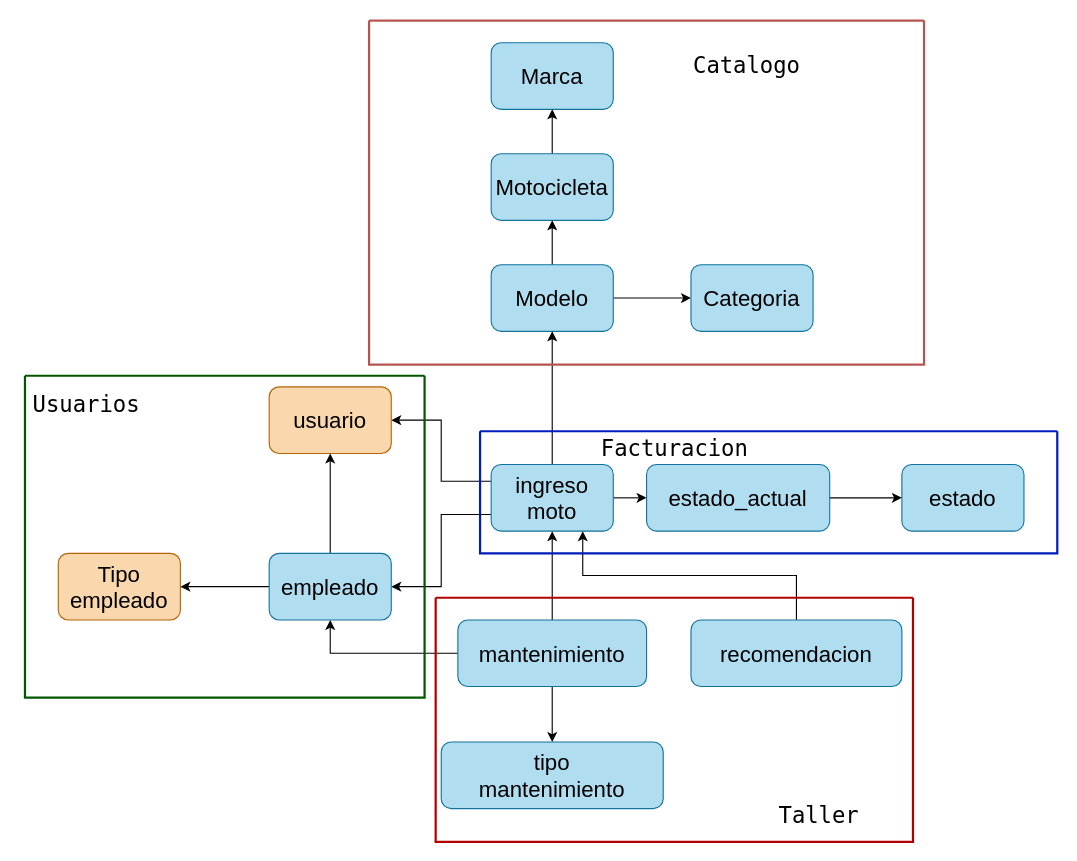
This is diagrama.drawio from AleV1llanueva/sistema-gestion-motocicletas-POO, a draw.io file, before an edit. Source tidied: cells renumbered, new cells numbered last; positions are measured from the earlier drawing's top-left corner, leaving out a move shared by most shapes. Both pictures are drawn from the tidied source at 111%, with x=0, y=0 at pixel (19, 20).
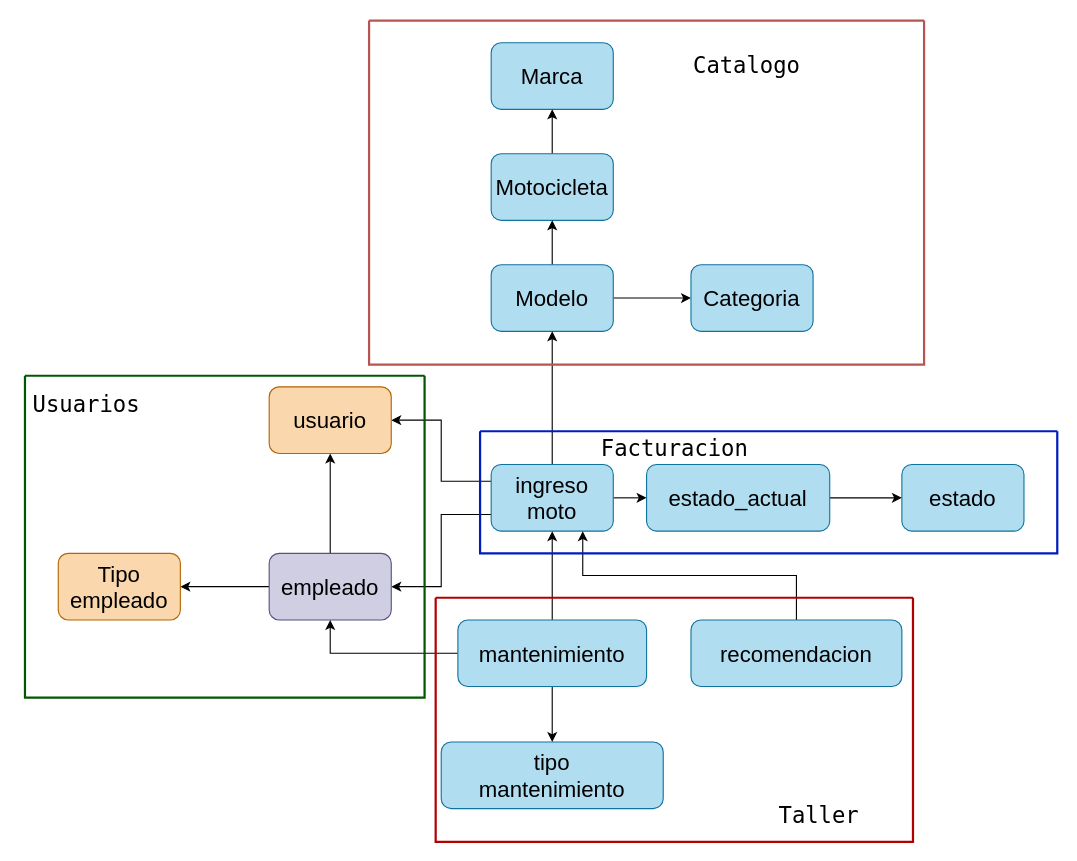
The same page after the edit.

What changed in the source:
```diff
@@
-    <mxCell id="15" value="empleado" style="rounded=1;whiteSpace=wrap;html=1;fontSize=20;fillColor=#b1ddf0;strokeColor=#10739e;" parent="1" vertex="1">
+    <mxCell id="15" value="empleado" style="rounded=1;whiteSpace=wrap;html=1;fontSize=20;fillColor=#d0cee2;strokeColor=#56517e;" parent="1" vertex="1">
       <mxGeometry x="225" y="480" width="110" height="60" as="geometry" />
     </mxCell>
```
